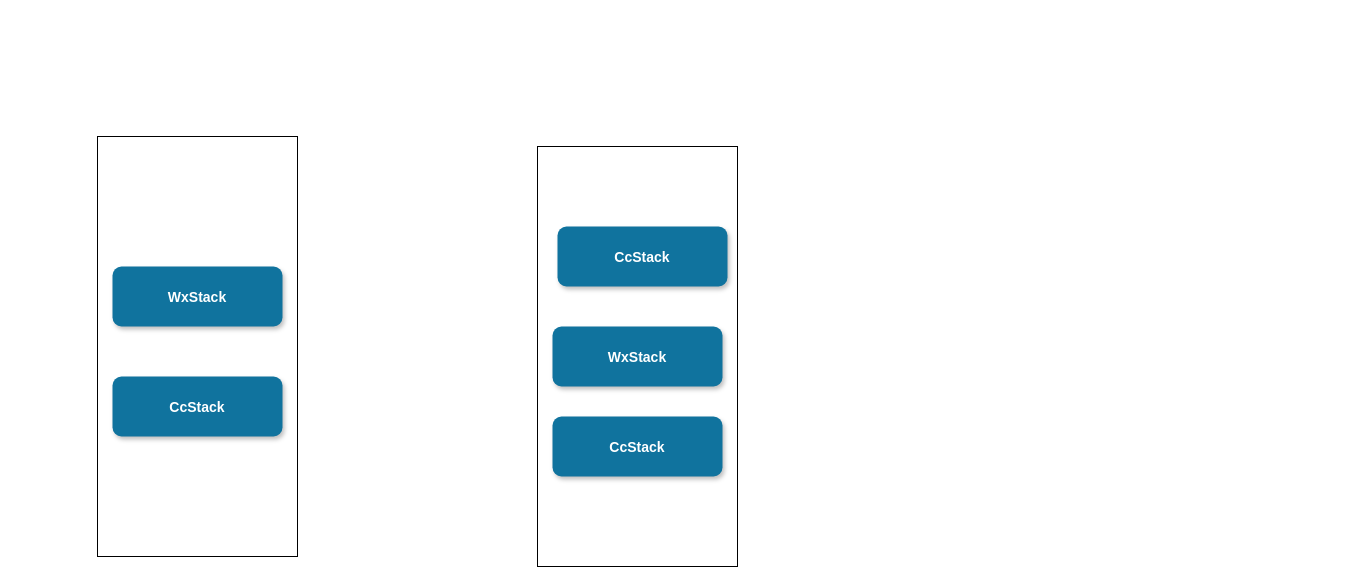
Earlier version of the draw.io diagram page "Page-1" (1 of 2) of stack activity.drawio (gdutxiaoxu/diagrams). Source tidied: cells renumbered, new cells numbered last; positions are measured from the earlier drawing's top-left corner, leaving out a move shared by most shapes. Both pictures are drawn from the tidied source at 100%, with x=0, y=0 at pixel (97, 136).
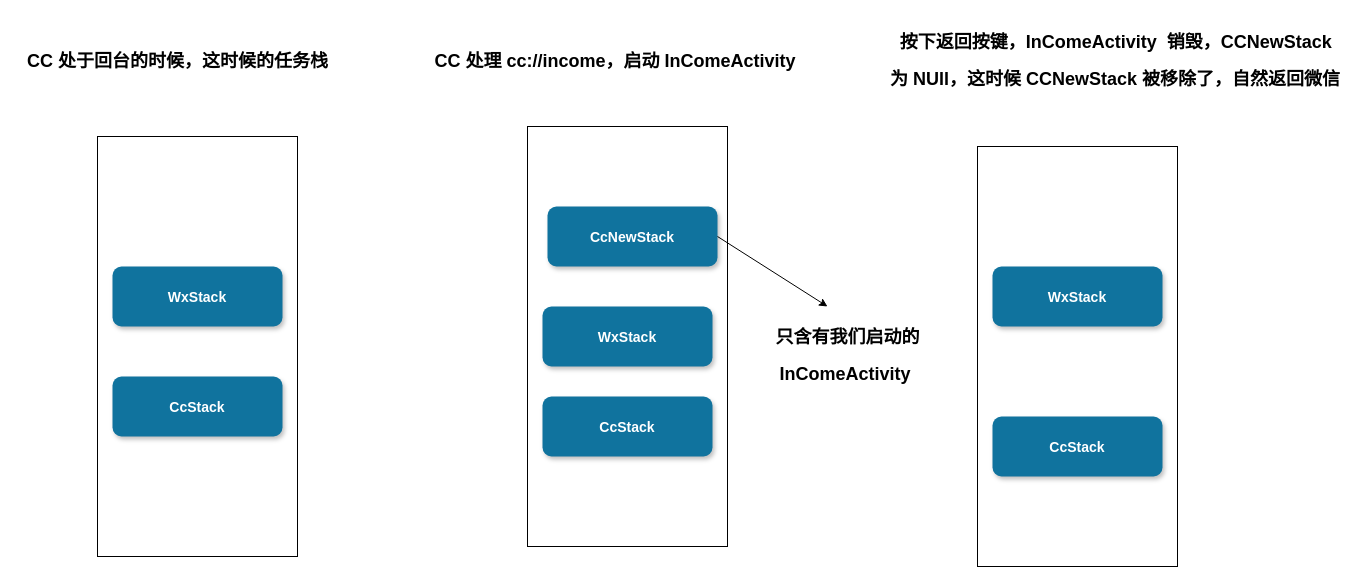
Above is the later version.

What changed in the source:
```diff
@@
 <mxGraphModel>
   <root>
     <mxCell id="0" />
     <mxCell id="1" parent="0" />
     <mxCell id="2" style="group;" parent="1" vertex="1">
-      <mxGeometry x="440" y="10" width="200" height="420" as="geometry" />
+      <mxGeometry x="430" y="-10" width="200" height="420" as="geometry" />
     </mxCell>
     <mxCell id="3" style="rounded=0;whiteSpace=wrap;html=1;" parent="2" vertex="1">
       <mxGeometry width="200" height="420" as="geometry" />
     </mxCell>
     <mxCell id="4" value="WxStack" style="rounded=1;fillColor=#10739E;strokeColor=none;shadow=1;gradientColor=none;fontStyle=1;fontColor=#FFFFFF;fontSize=14;" parent="2" vertex="1">
       <mxGeometry x="15" y="180" width="170" height="60" as="geometry" />
     </mxCell>
     <mxCell id="5" value="CcStack" style="rounded=1;fillColor=#10739E;strokeColor=none;shadow=1;gradientColor=none;fontStyle=1;fontColor=#FFFFFF;fontSize=14;" parent="2" vertex="1">
       <mxGeometry x="15" y="270" width="170" height="60" as="geometry" />
     </mxCell>
-    <mxCell id="6" value="CcStack" style="rounded=1;fillColor=#10739E;strokeColor=none;shadow=1;gradientColor=none;fontStyle=1;fontColor=#FFFFFF;fontSize=14;" parent="2" vertex="1">
+    <mxCell id="6" value="CcNewStack" style="rounded=1;fillColor=#10739E;strokeColor=none;shadow=1;gradientColor=none;fontStyle=1;fontColor=#FFFFFF;fontSize=14;" parent="2" vertex="1">
       <mxGeometry x="20" y="80" width="170" height="60" as="geometry" />
     </mxCell>
+    <mxCell id="11" style="endArrow=classic;html=1;rounded=0;fontFamily=Helvetica;exitX=1;exitY=0.5;exitDx=0;exitDy=0;" parent="2" edge="1" source="6">
+      <mxGeometry relative="1" as="geometry">
+        <mxPoint x="300" y="180" as="targetPoint" />
+      </mxGeometry>
+    </mxCell>
     <mxCell id="7" style="group;" parent="1" vertex="1">
       <mxGeometry width="200" height="420" as="geometry" />
     </mxCell>
     <mxCell id="8" style="rounded=0;whiteSpace=wrap;html=1;" parent="7" vertex="1">
       <mxGeometry width="200" height="420" as="geometry" />
     </mxCell>
     <mxCell id="9" value="WxStack" style="rounded=1;fillColor=#10739E;strokeColor=none;shadow=1;gradientColor=none;fontStyle=1;fontColor=#FFFFFF;fontSize=14;" parent="7" vertex="1">
       <mxGeometry x="15" y="130" width="170" height="60" as="geometry" />
     </mxCell>
     <mxCell id="10" value="CcStack" style="rounded=1;fillColor=#10739E;strokeColor=none;shadow=1;gradientColor=none;fontStyle=1;fontColor=#FFFFFF;fontSize=14;" parent="7" vertex="1">
       <mxGeometry x="15" y="240" width="170" height="60" as="geometry" />
     </mxCell>
+    <mxCell id="12" value="&lt;h2&gt;CC 处于回台的时候，这时候的任务栈&lt;/h2&gt;" style="text;html=1;align=center;verticalAlign=middle;fillColor=none;strokeColor=none;rounded=0;fontFamily=Helvetica;" parent="1" vertex="1">
+      <mxGeometry x="-80" y="-100" width="320" height="50" as="geometry" />
+    </mxCell>
+    <mxCell id="13" value="&lt;h2&gt;CC 处理&amp;nbsp;cc://income，启动 InComeActivity&amp;nbsp;&lt;/h2&gt;" style="text;html=1;align=center;verticalAlign=middle;fillColor=none;strokeColor=none;rounded=0;fontFamily=Helvetica;" parent="1" vertex="1">
+      <mxGeometry x="330" y="-100" width="380" height="50" as="geometry" />
+    </mxCell>
+    <mxCell id="14" style="rounded=0;whiteSpace=wrap;html=1;" parent="1" vertex="1">
+      <mxGeometry x="880" y="10" width="200" height="420" as="geometry" />
+    </mxCell>
+    <mxCell id="15" value="WxStack" style="rounded=1;fillColor=#10739E;strokeColor=none;shadow=1;gradientColor=none;fontStyle=1;fontColor=#FFFFFF;fontSize=14;" parent="1" vertex="1">
+      <mxGeometry x="895" y="130" width="170" height="60" as="geometry" />
+    </mxCell>
+    <mxCell id="16" value="CcStack" style="rounded=1;fillColor=#10739E;strokeColor=none;shadow=1;gradientColor=none;fontStyle=1;fontColor=#FFFFFF;fontSize=14;" parent="1" vertex="1">
+      <mxGeometry x="895" y="280" width="170" height="60" as="geometry" />
+    </mxCell>
+    <mxCell id="17" value="&lt;h2&gt;按下返回按键，InComeActivity&amp;nbsp; 销毁，CCNewStack&lt;span style=&quot;font-size: 12px ; font-weight: normal&quot;&gt;&amp;nbsp;&lt;/span&gt;&lt;/h2&gt;&lt;h2&gt;为 NUll，这时候 CCNewStack 被移除了，自然返回微信&amp;nbsp;&lt;/h2&gt;" style="text;html=1;align=center;verticalAlign=middle;fillColor=none;strokeColor=none;rounded=0;fontFamily=Helvetica;" parent="1" vertex="1">
+      <mxGeometry x="785" y="-115" width="470" height="80" as="geometry" />
+    </mxCell>
+    <mxCell id="18" value="&lt;h2&gt;只含有我们启动的&lt;/h2&gt;&lt;h2&gt;InComeActivity&amp;nbsp;&lt;/h2&gt;" style="text;html=1;align=center;verticalAlign=middle;fillColor=none;strokeColor=none;rounded=0;fontFamily=Helvetica;" parent="1" vertex="1">
+      <mxGeometry x="670" y="180" width="160" height="80" as="geometry" />
+    </mxCell>
   </root>
 </mxGraphModel>
```
